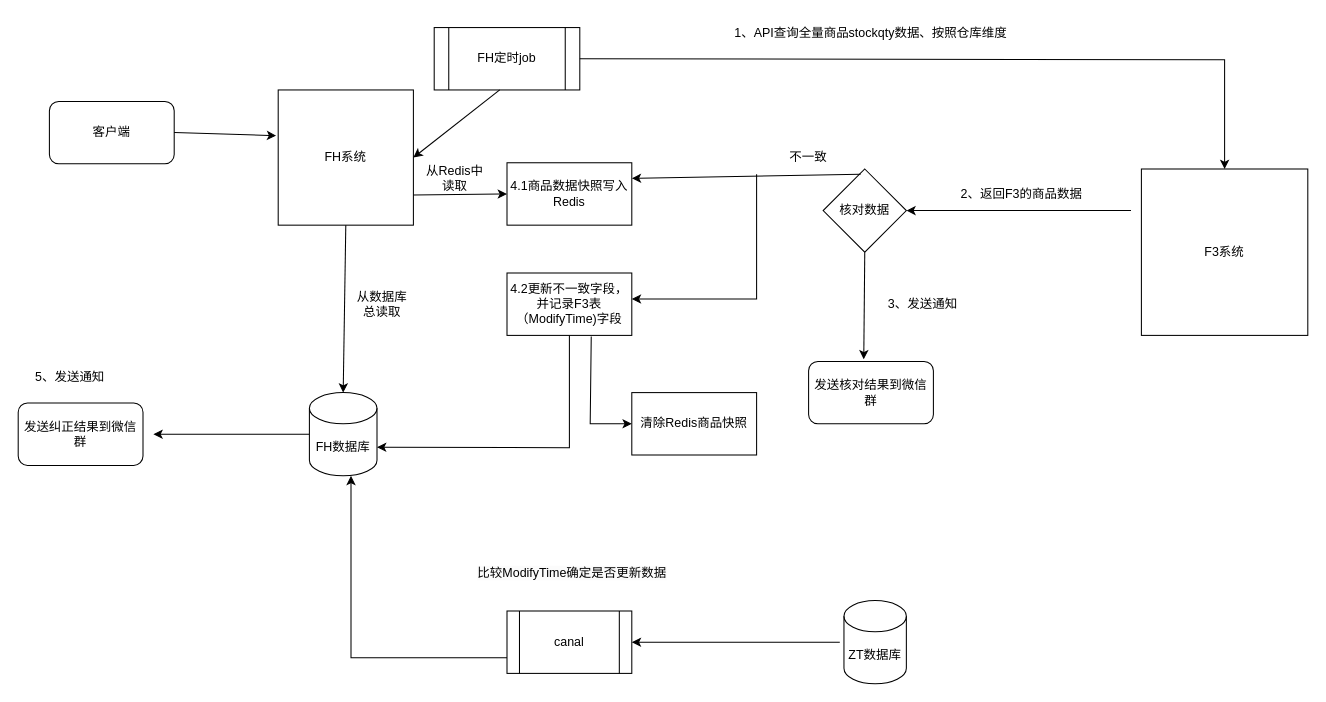
Before: SketchMap/库存盘点.drawio in liuyunlong1229/aaa, a draw.io diagram. Source tidied: cells renumbered, new cells numbered last; positions are measured from the earlier drawing's top-left corner, leaving out a move shared by most shapes. Both pictures are drawn from the tidied source at 104%, with x=0, y=0 at pixel (18, 18).
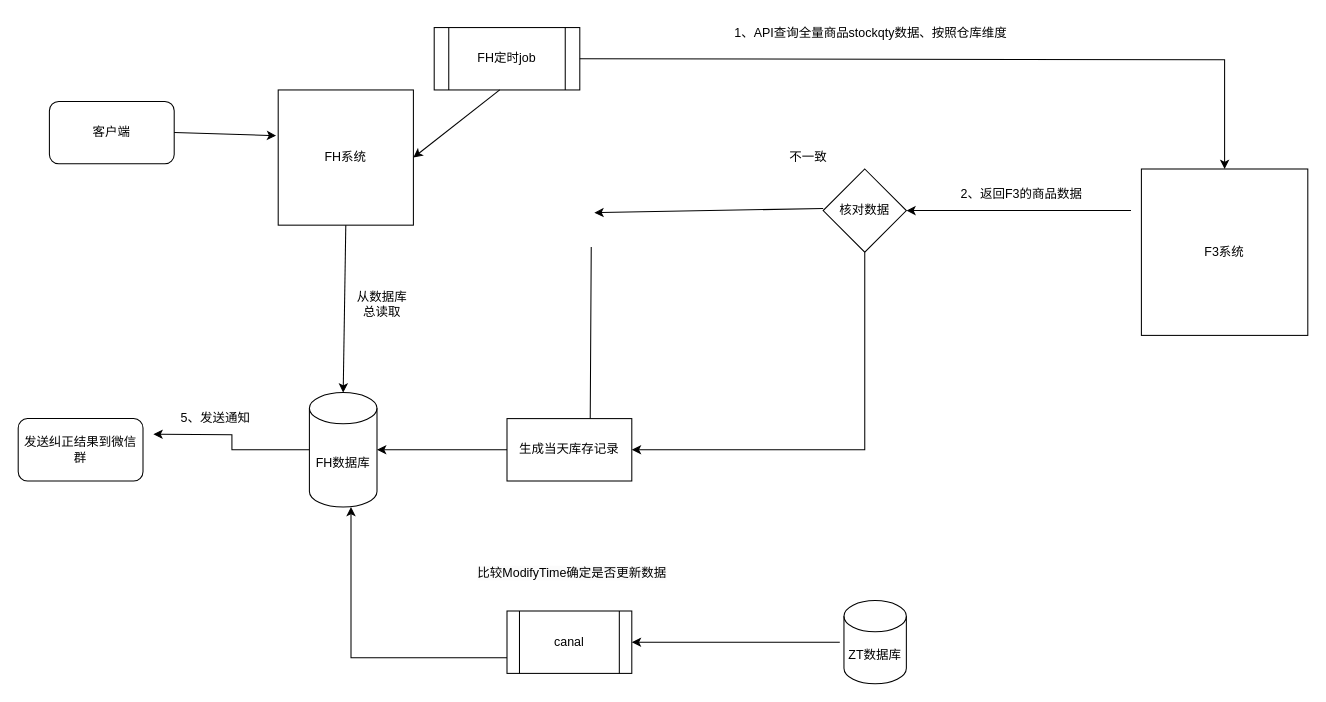
After the change.

Commit message (it also covers changes not shown here):
更新库存盘点.drawio

The change refers to these unchanged cells:
```xml
<mxCell id="13" value="核对数据" style="rhombus;whiteSpace=wrap;html=1;" parent="1" vertex="1">
  <mxGeometry x="774" y="145" width="80" height="80" as="geometry" />
</mxCell>
<mxCell id="22" value="canal" style="shape=process;whiteSpace=wrap;html=1;backgroundOutline=1;" parent="1" vertex="1">
  <mxGeometry x="470" y="570" width="120" height="60" as="geometry" />
</mxCell>
```

The edit, as a diff of the source:
```diff
@@
-    <mxCell id="3" style="edgeStyle=orthogonalEdgeStyle;rounded=0;jettySize=auto;html=1;" parent="1" edge="1" source="4">
+    <mxCell id="3" style="edgeStyle=orthogonalEdgeStyle;rounded=0;jettySize=auto;html=1;entryX=1;entryY=0.5;entryDx=0;entryDy=0;" parent="1" edge="1" source="4">
       <mxGeometry relative="1" as="geometry">
         <mxPoint x="130" y="400" as="targetPoint" />
       </mxGeometry>
     </mxCell>
     <mxCell id="4" value="FH数据库" style="shape=cylinder3;whiteSpace=wrap;html=1;boundedLbl=1;backgroundOutline=1;size=15;" parent="1" vertex="1">
-      <mxGeometry x="280" y="360" width="65" height="80" as="geometry" />
+      <mxGeometry x="280" y="360" width="65" height="110" as="geometry" />
     </mxCell>
@@
+    <mxCell id="37" style="edgeStyle=orthogonalEdgeStyle;rounded=0;jettySize=auto;html=1;entryX=1;entryY=0.5;entryDx=0;entryDy=0;exitX=0.5;exitY=1;exitDx=0;exitDy=0;" parent="1" edge="1" source="13" target="38">
+      <mxGeometry relative="1" as="geometry" />
+    </mxCell>
@@
-    <mxCell id="15" style="endArrow=classic;html=1;rounded=0;entryX=1;entryY=0.25;entryDx=0;entryDy=0;" parent="1" edge="1" target="16">
+    <mxCell id="15" style="endArrow=classic;html=1;rounded=0;entryX=1;entryY=0.25;entryDx=0;entryDy=0;" parent="1" edge="1">
       <mxGeometry relative="1" as="geometry">
-        <mxPoint x="810" y="150" as="sourcePoint" />
+        <mxPoint x="774" y="183" as="sourcePoint" />
+        <mxPoint x="554" y="187" as="targetPoint" />
       </mxGeometry>
     </mxCell>
-    <mxCell id="16" value="4.1商品数据快照写入Redis" style="rounded=0;whiteSpace=wrap;html=1;" parent="1" vertex="1">
-      <mxGeometry x="470" y="139" width="120" height="60" as="geometry" />
-    </mxCell>
-    <mxCell id="17" style="endArrow=classic;html=1;rounded=0;entryX=0;entryY=0.5;entryDx=0;entryDy=0;" parent="1" edge="1" target="16">
-      <mxGeometry relative="1" as="geometry">
-        <mxPoint x="380" y="170" as="sourcePoint" />
-      </mxGeometry>
-    </mxCell>
-    <mxCell id="18" value="4.2更新不一致字段，并记录F3表（ModifyTime)字段" style="rounded=0;whiteSpace=wrap;html=1;" parent="1" vertex="1">
-      <mxGeometry x="470" y="245" width="120" height="60" as="geometry" />
-    </mxCell>
-    <mxCell id="19" style="endArrow=classic;html=1;rounded=0;entryX=1;entryY=0.417;entryDx=0;entryDy=0;entryPerimeter=0;" parent="1" edge="1" target="18">
-      <mxGeometry relative="1" as="geometry">
-        <mxPoint x="710" y="150" as="sourcePoint" />
-        <Array as="points">
-          <mxPoint x="710" y="270" />
-        </Array>
-      </mxGeometry>
-    </mxCell>
-    <mxCell id="20" style="endArrow=classic;html=1;rounded=0;entryX=1;entryY=0;entryDx=0;entryDy=52.5;entryPerimeter=0;exitX=0.5;exitY=1;exitDx=0;exitDy=0;" parent="1" edge="1" source="18" target="4">
-      <mxGeometry relative="1" as="geometry">
-        <Array as="points">
-          <mxPoint x="530" y="413" />
-        </Array>
-      </mxGeometry>
-    </mxCell>
@@
     <mxCell id="24" style="endArrow=classic;html=1;rounded=0;exitX=0;exitY=0.75;exitDx=0;exitDy=0;" parent="1" edge="1" source="22">
       <mxGeometry relative="1" as="geometry">
-        <mxPoint x="320" y="440" as="targetPoint" />
+        <mxPoint x="320" y="470" as="targetPoint" />
         <Array as="points">
           <mxPoint x="320" y="615" />
         </Array>
       </mxGeometry>
     </mxCell>
@@
-    <mxCell id="27" value="发送核对结果到微信群" style="rounded=1;whiteSpace=wrap;html=1;" parent="1" vertex="1">
-      <mxGeometry x="760" y="330" width="120" height="60" as="geometry" />
-    </mxCell>
-    <mxCell id="28" style="endArrow=classic;html=1;rounded=0;exitX=0.5;exitY=1;exitDx=0;exitDy=0;entryX=0.442;entryY=-0.033;entryDx=0;entryDy=0;entryPerimeter=0;" parent="1" edge="1" source="13" target="27">
-      <mxGeometry relative="1" as="geometry" />
-    </mxCell>
@@
-    <mxCell id="30" value="清除Redis商品快照" style="rounded=0;whiteSpace=wrap;html=1;" parent="1" vertex="1">
-      <mxGeometry x="590" y="360" width="120" height="60" as="geometry" />
-    </mxCell>
-    <mxCell id="31" value="3、发送通知" style="text;html=1;align=center;verticalAlign=middle;whiteSpace=wrap;rounded=0;" parent="1" vertex="1">
-      <mxGeometry x="820" y="260" width="100" height="30" as="geometry" />
-    </mxCell>
-    <mxCell id="32" style="endArrow=classic;html=1;rounded=0;exitX=0.675;exitY=1.017;exitDx=0;exitDy=0;exitPerimeter=0;entryX=0;entryY=0.5;entryDx=0;entryDy=0;" parent="1" edge="1" source="18" target="30">
-      <mxGeometry relative="1" as="geometry">
-        <Array as="points">
-          <mxPoint x="550" y="390" />
-        </Array>
-      </mxGeometry>
-    </mxCell>
-    <mxCell id="33" value="从Redis中读取" style="text;html=1;align=center;verticalAlign=middle;whiteSpace=wrap;rounded=0;" parent="1" vertex="1">
-      <mxGeometry x="390" y="139" width="60" height="30" as="geometry" />
-    </mxCell>
@@
     <mxCell id="35" value="发送纠正结果到微信群" style="rounded=1;whiteSpace=wrap;html=1;" parent="1" vertex="1">
-      <mxGeometry y="370" width="120" height="60" as="geometry" />
+      <mxGeometry y="385" width="120" height="60" as="geometry" />
     </mxCell>
     <mxCell id="36" value="5、发送通知" style="text;html=1;align=center;verticalAlign=middle;whiteSpace=wrap;rounded=0;" parent="1" vertex="1">
-      <mxGeometry y="330" width="100" height="30" as="geometry" />
+      <mxGeometry x="140" y="370" width="100" height="30" as="geometry" />
     </mxCell>
+    <mxCell id="32" style="endArrow=classic;html=1;rounded=0;exitX=0.675;exitY=1.017;exitDx=0;exitDy=0;exitPerimeter=0;entryX=0;entryY=0.5;entryDx=0;entryDy=0;" parent="1" edge="1">
+      <mxGeometry relative="1" as="geometry">
+        <mxPoint x="551" y="220" as="sourcePoint" />
+        <mxPoint x="590" y="390" as="targetPoint" />
+        <Array as="points">
+          <mxPoint x="550" y="390" />
+        </Array>
+      </mxGeometry>
+    </mxCell>
+    <mxCell id="38" value="生成当天库存记录" style="rounded=0;whiteSpace=wrap;html=1;" parent="1" vertex="1">
+      <mxGeometry x="470" y="385" width="120" height="60" as="geometry" />
+    </mxCell>
+    <mxCell id="39" style="endArrow=classic;html=1;rounded=0;entryX=1;entryY=0.5;entryDx=0;entryDy=0;entryPerimeter=0;exitX=0;exitY=0.5;exitDx=0;exitDy=0;" parent="1" edge="1" source="38" target="4">
+      <mxGeometry relative="1" as="geometry" />
+    </mxCell>
```
